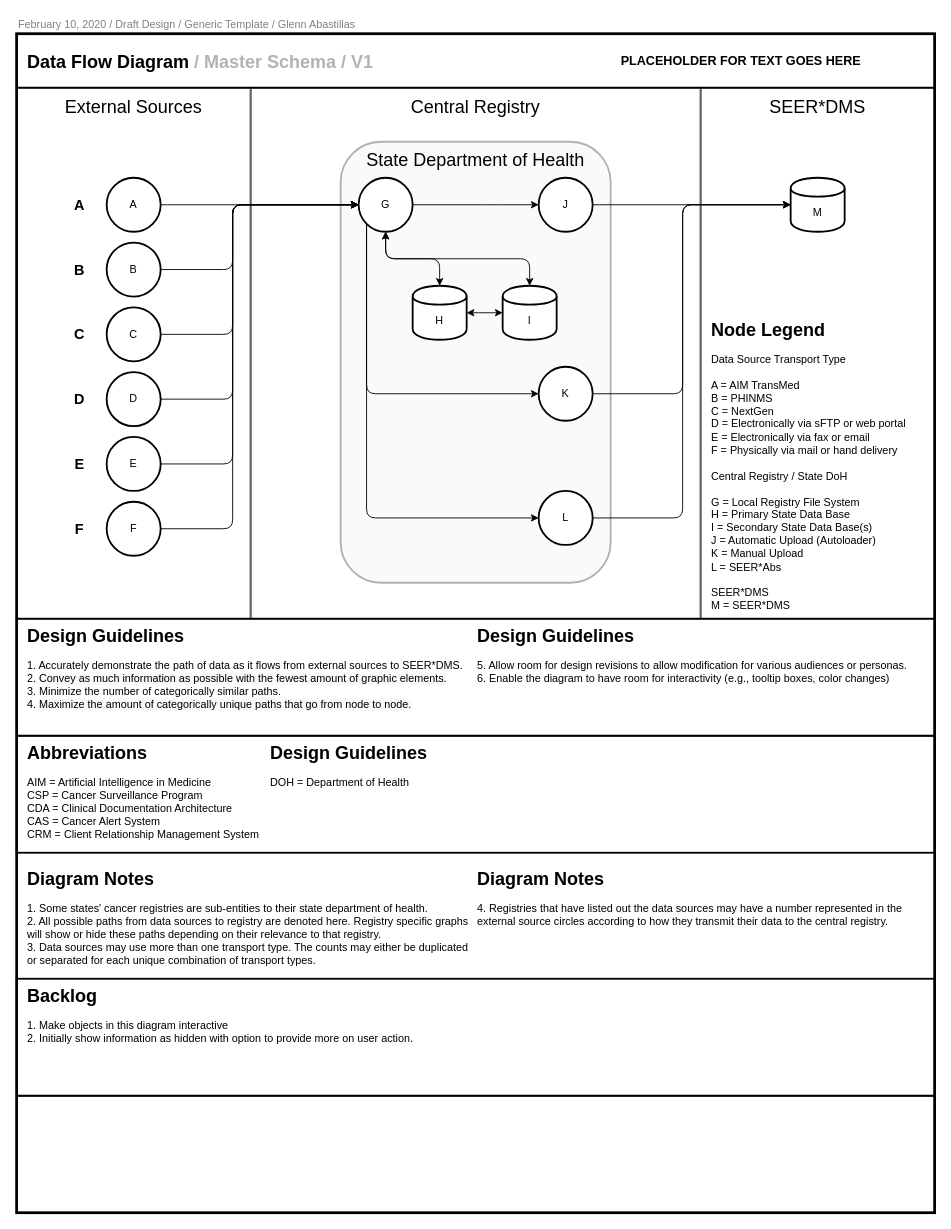
Earlier version of the draw.io diagram page "master_schema" (1 of 6) of ws5/svg/master_schema.drawio (gabastil/nci-seer). Source tidied: cells renumbered, new cells numbered last; positions are measured from the earlier drawing's top-left corner, leaving out a move shared by most shapes. Both pictures are drawn from the tidied source at 90%, with x=0, y=0 at pixel (16, 15).
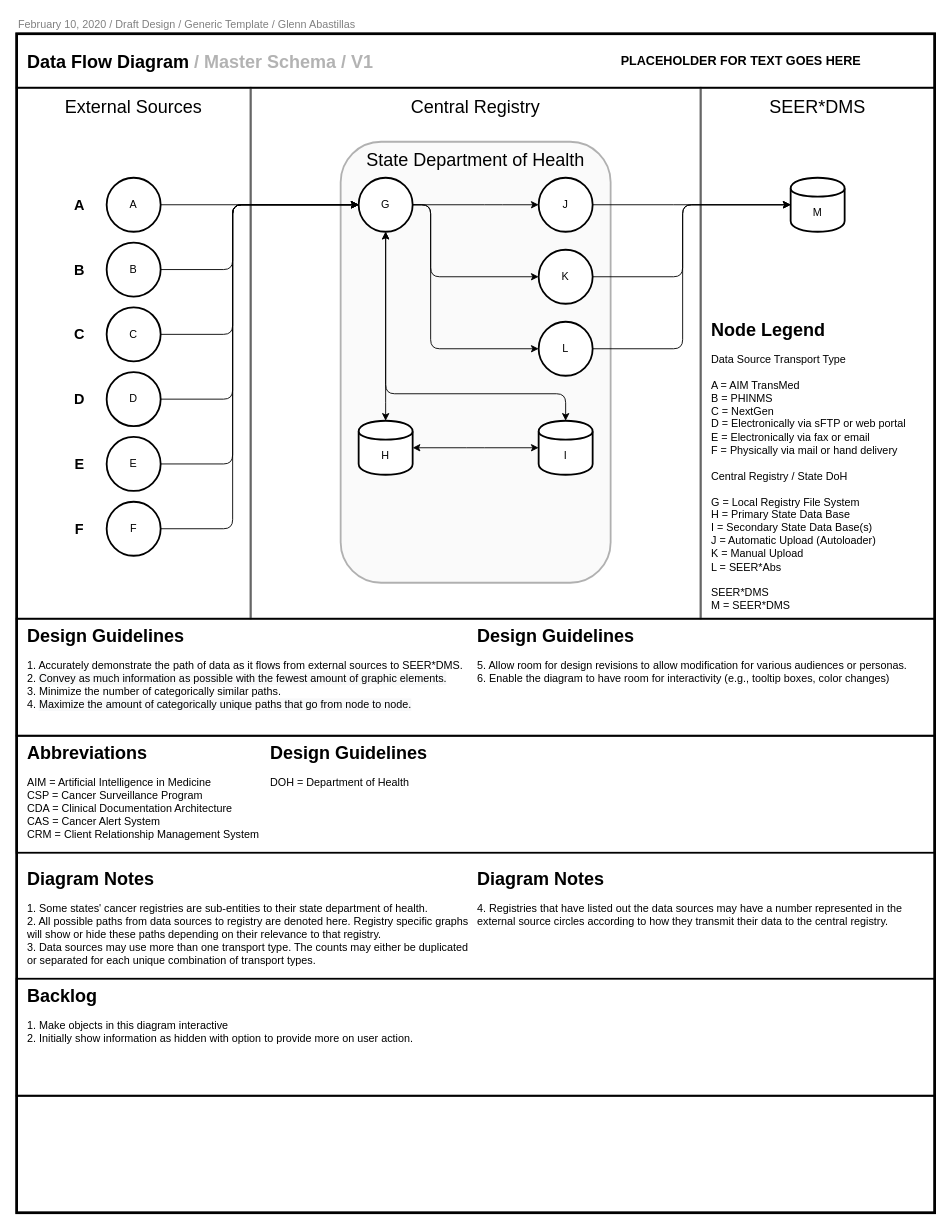
The same page after the edit.

Commit message:
Added new file upload mechanism for SEER*DMS to chart. Moved storage objects to the bottom.

Unchanged cells that the change refers to:
```xml
<mxCell id="30" value="G" style="ellipse;whiteSpace=wrap;html=1;strokeWidth=2;" parent="28" vertex="1">
  <mxGeometry x="380" y="180" width="60" height="60" as="geometry" />
</mxCell>
```

What changed in the source:
```diff
@@
     <mxCell id="31" value="K" style="ellipse;whiteSpace=wrap;html=1;strokeWidth=2;" parent="28" vertex="1">
-      <mxGeometry x="580" y="390" width="60" height="60" as="geometry" />
+      <mxGeometry x="580" y="260" width="60" height="60" as="geometry" />
     </mxCell>
@@
     <mxCell id="38" value="&lt;div align=&quot;center&quot;&gt;H&lt;/div&gt;" style="shape=cylinder;whiteSpace=wrap;html=1;boundedLbl=1;backgroundOutline=1;strokeWidth=2;fillColor=#ffffff;fontSize=12;align=center;" parent="28" vertex="1">
-      <mxGeometry x="440" y="300" width="60" height="60" as="geometry" />
+      <mxGeometry x="380" y="450" width="60" height="60" as="geometry" />
     </mxCell>
@@
     <mxCell id="40" value="&lt;div align=&quot;center&quot;&gt;I&lt;/div&gt;" style="shape=cylinder;whiteSpace=wrap;html=1;boundedLbl=1;backgroundOutline=1;strokeWidth=2;fillColor=#FFFFFF;fontSize=12;align=center;strokeColor=#000000;" parent="28" vertex="1">
-      <mxGeometry x="540" y="300" width="60" height="60" as="geometry" />
+      <mxGeometry x="580" y="450" width="60" height="60" as="geometry" />
     </mxCell>
@@
     <mxCell id="47" value="L" style="ellipse;whiteSpace=wrap;html=1;strokeWidth=2;" parent="28" vertex="1">
-      <mxGeometry x="580" y="528" width="60" height="60" as="geometry" />
+      <mxGeometry x="580" y="340" width="60" height="60" as="geometry" />
     </mxCell>
@@
     <mxCell id="57" style="rounded=1;jettySize=auto;html=1;exitX=0.5;exitY=1;exitDx=0;exitDy=0;fontSize=12;entryX=0.5;entryY=0;entryDx=0;entryDy=0;edgeStyle=elbowEdgeStyle;elbow=vertical;startArrow=classic;startFill=1;" parent="55" edge="1" target="38">
       <mxGeometry relative="1" as="geometry">
         <mxPoint x="410" y="240" as="sourcePoint" />
+        <Array as="points">
+          <mxPoint x="420" y="420" />
+        </Array>
       </mxGeometry>
     </mxCell>
@@
     <mxCell id="60" style="edgeStyle=elbowEdgeStyle;rounded=1;comic=0;jumpStyle=none;jettySize=auto;elbow=vertical;html=1;exitX=0.5;exitY=1;exitDx=0;exitDy=0;entryX=0.5;entryY=0;entryDx=0;entryDy=0;shadow=0;startArrow=classic;startFill=1;strokeColor=#000000;fontSize=24;fontColor=none;" parent="55" edge="1" source="30" target="40">
-      <mxGeometry relative="1" as="geometry" />
+      <mxGeometry relative="1" as="geometry">
+        <Array as="points">
+          <mxPoint x="460" y="420" />
+        </Array>
+      </mxGeometry>
     </mxCell>
-    <mxCell id="61" style="edgeStyle=elbowEdgeStyle;rounded=1;comic=0;jumpStyle=none;jettySize=auto;elbow=vertical;html=1;exitX=0;exitY=1;exitDx=0;exitDy=0;entryX=0;entryY=0.5;entryDx=0;entryDy=0;shadow=0;startArrow=none;startFill=0;strokeColor=#000000;fontSize=24;fontColor=none;" parent="55" edge="1" source="30" target="31">
+    <mxCell id="61" style="edgeStyle=elbowEdgeStyle;rounded=1;comic=0;jumpStyle=arc;jettySize=auto;html=1;exitX=1;exitY=0.5;exitDx=0;exitDy=0;entryX=0;entryY=0.5;entryDx=0;entryDy=0;shadow=0;startArrow=none;startFill=0;strokeColor=#000000;fontSize=24;fontColor=none;" parent="55" edge="1" source="30" target="31">
       <mxGeometry relative="1" as="geometry">
         <Array as="points">
-          <mxPoint x="480" y="420" />
+          <mxPoint x="460" y="250" />
         </Array>
       </mxGeometry>
     </mxCell>
-    <mxCell id="62" style="edgeStyle=elbowEdgeStyle;rounded=1;comic=0;jumpStyle=none;jettySize=auto;elbow=vertical;html=1;exitX=0;exitY=1;exitDx=0;exitDy=0;entryX=0;entryY=0.5;entryDx=0;entryDy=0;shadow=0;startArrow=none;startFill=0;strokeColor=#000000;fontSize=24;fontColor=none;" parent="55" edge="1" source="30" target="47">
+    <mxCell id="62" style="edgeStyle=elbowEdgeStyle;rounded=1;comic=0;jumpStyle=none;jettySize=auto;html=1;exitX=1;exitY=0.5;exitDx=0;exitDy=0;entryX=0;entryY=0.5;entryDx=0;entryDy=0;shadow=0;startArrow=none;startFill=0;strokeColor=#000000;fontSize=24;fontColor=none;" parent="55" edge="1" source="30" target="47">
       <mxGeometry relative="1" as="geometry">
         <Array as="points">
-          <mxPoint x="500" y="558" />
+          <mxPoint x="460" y="290" />
         </Array>
       </mxGeometry>
     </mxCell>
```
